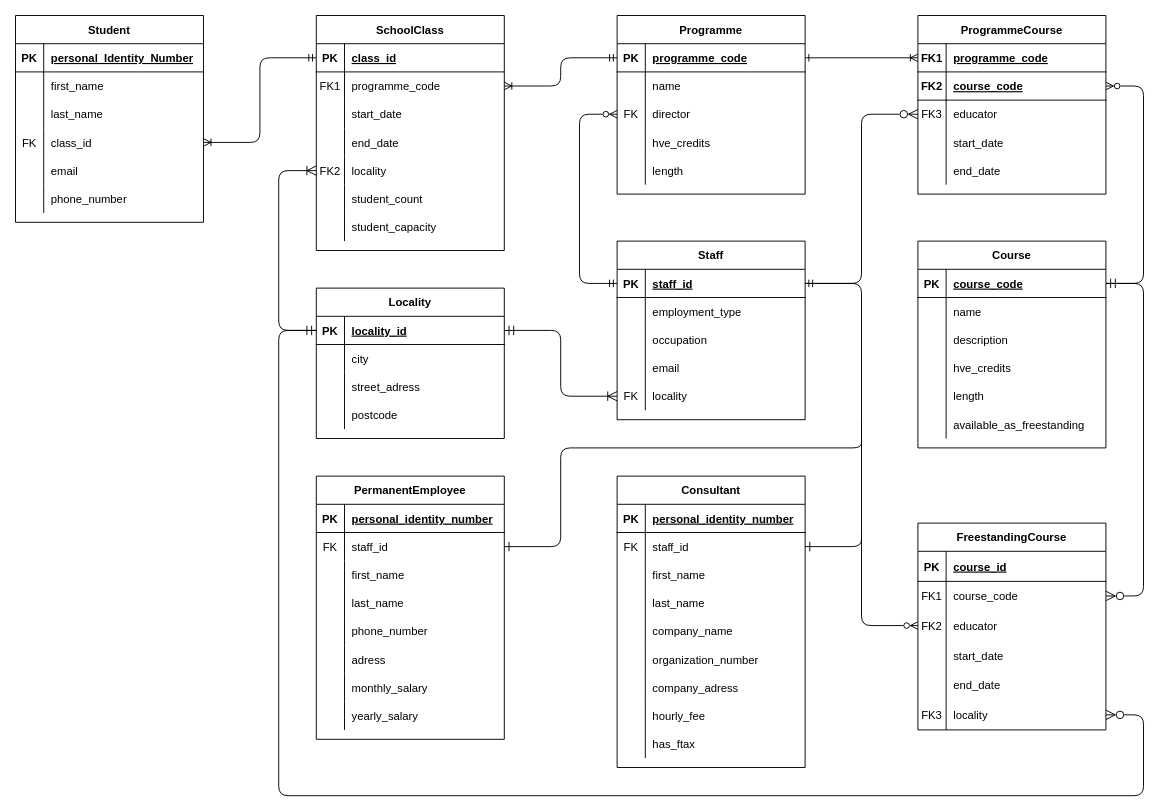
Before: yh_labb/logical_model/logical_model.drawio in dagmarveronika/data-modeling-charlotta-dellborg-de24, a draw.io diagram. Source tidied: cells renumbered, new cells numbered last; positions are measured from the earlier drawing's top-left corner, leaving out a move shared by most shapes. Both pictures are drawn from the tidied source at 94%, with x=0, y=0 at pixel (15, 15).
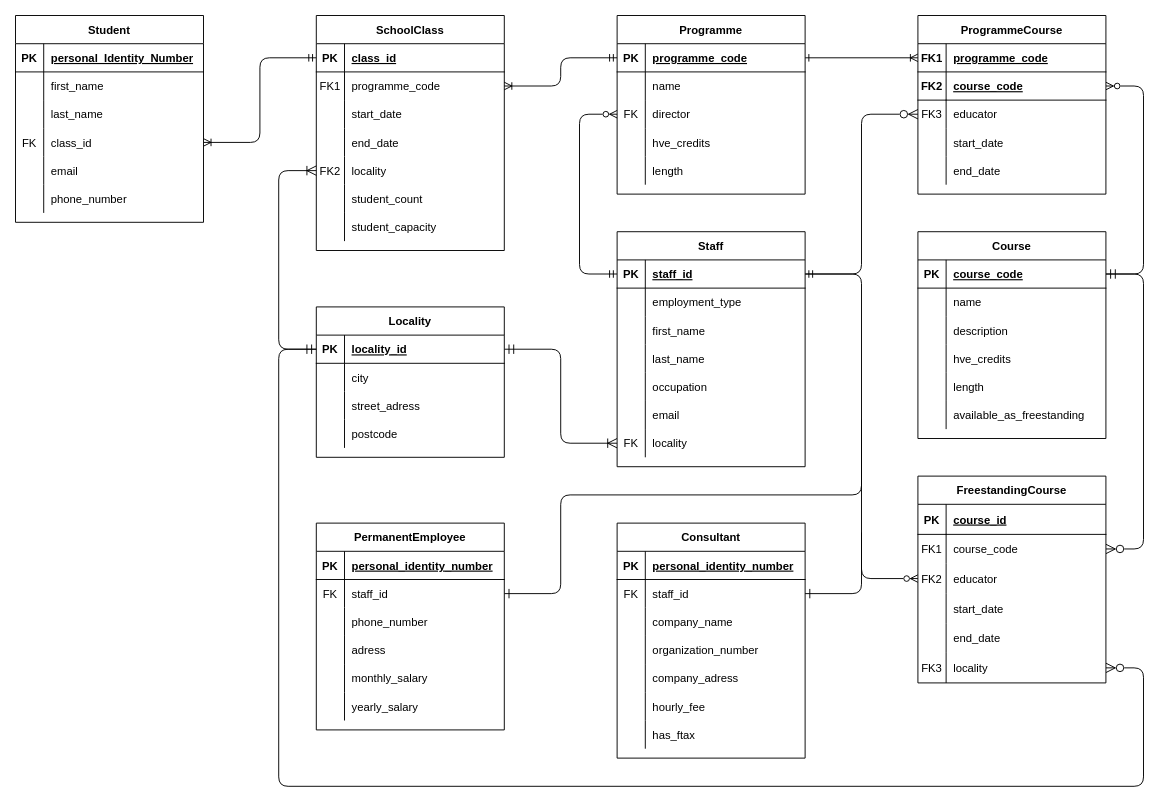
After the change.

Commit message (it also covers changes not shown here):
added first_name and last_name to staff and removed them from consultant and permanent_employee

Unchanged cells that the change refers to:
```xml
<mxCell id="16" style="shape=partialRectangle;fillColor=none;points=[[0,0.5],[1,0.5]];portConstraint=eastwest;top=0;left=0;right=0;bottom=0;" parent="3" vertex="1">
  <mxGeometry y="150" width="200" height="30" as="geometry" />
</mxCell>
<mxCell id="53" style="shape=partialRectangle;fillColor=none;points=[[0,0.5],[1,0.5]];portConstraint=eastwest;top=0;left=0;right=0;bottom=0;" parent="46" vertex="1">
  <mxGeometry y="90" width="200" height="30" as="geometry" />
</mxCell>
<mxCell id="95" style="shape=partialRectangle;fillColor=none;points=[[0,0.5],[1,0.5]];portConstraint=eastwest;top=0;left=0;right=0;bottom=0;strokeWidth=13;" parent="91" vertex="1">
  <mxGeometry y="60" width="200" height="30" as="geometry" />
</mxCell>
<mxCell id="111" style="shape=partialRectangle;fillColor=none;points=[[0,0.5],[1,0.5]];portConstraint=eastwest;top=0;left=0;right=0;bottom=1;" parent="110" vertex="1">
  <mxGeometry y="30" width="200" height="30" as="geometry" />
</mxCell>
<mxCell id="126" style="shape=partialRectangle;fillColor=none;points=[[0,0.5],[1,0.5]];portConstraint=eastwest;top=0;left=0;right=0;bottom=1;" parent="125" vertex="1">
  <mxGeometry y="30" width="200" height="30" as="geometry" />
</mxCell>
<mxCell id="149" style="shape=partialRectangle;fillColor=none;points=[[0,0.5],[1,0.5]];portConstraint=eastwest;top=0;left=0;right=0;bottom=1;" parent="148" vertex="1">
  <mxGeometry y="30" width="200" height="30" as="geometry" />
</mxCell>
<mxCell id="168" style="shape=partialRectangle;fillColor=none;points=[[0,0.5],[1,0.5]];portConstraint=eastwest;top=0;left=0;right=0;bottom=0;" parent="164" vertex="1">
  <mxGeometry y="60" width="200" height="30" as="geometry" />
</mxCell>
<mxCell id="193" style="shape=partialRectangle;fillColor=none;points=[[0,0.5],[1,0.5]];portConstraint=eastwest;top=0;left=0;right=0;bottom=0;strokeColor=inherit;" parent="189" vertex="1">
  <mxGeometry y="62" width="200" height="31" as="geometry" />
</mxCell>
<mxCell id="205" style="shape=partialRectangle;fillColor=none;points=[[0,0.5],[1,0.5]];portConstraint=eastwest;top=0;left=0;right=0;bottom=0;" parent="189" vertex="1">
  <mxGeometry y="188" width="200" height="32" as="geometry" />
</mxCell>
```

The edit, as a diff of the source:
```diff
@@
     <mxCell id="62" value="Consultant" style="shape=table;startSize=30;childLayout=tableLayout;rowLines=0;fontStyle=1;align=center;swimlaneFillColor=default;" parent="1" vertex="1">
-      <mxGeometry x="640" y="490" width="200" height="310" as="geometry" />
+      <mxGeometry x="640" y="540" width="200" height="250" as="geometry" />
     </mxCell>
@@
-    <mxCell id="69" style="shape=partialRectangle;fillColor=none;top=0;left=0;right=0;bottom=0;" parent="62" vertex="1">
-      <mxGeometry y="90" width="200" height="30" as="geometry" />
-    </mxCell>
-    <mxCell id="70" style="shape=partialRectangle;overflow=hidden;fillColor=none;top=0;left=0;bottom=0;right=0;" parent="69" vertex="1">
-      <mxGeometry width="30" height="30" as="geometry" />
-    </mxCell>
-    <mxCell id="71" value="first_name" style="shape=partialRectangle;overflow=hidden;fillColor=none;top=0;left=0;bottom=0;right=0;align=left;spacingLeft=6;" parent="69" vertex="1">
-      <mxGeometry x="30" width="170" height="30" as="geometry" />
-    </mxCell>
-    <mxCell id="72" style="shape=partialRectangle;fillColor=none;top=0;left=0;right=0;bottom=0;" parent="62" vertex="1">
-      <mxGeometry y="120" width="200" height="30" as="geometry" />
-    </mxCell>
-    <mxCell id="73" style="shape=partialRectangle;overflow=hidden;fillColor=none;top=0;left=0;bottom=0;right=0;" parent="72" vertex="1">
-      <mxGeometry width="30" height="30" as="geometry" />
-    </mxCell>
-    <mxCell id="74" value="last_name" style="shape=partialRectangle;overflow=hidden;fillColor=none;top=0;left=0;bottom=0;right=0;align=left;spacingLeft=6;" parent="72" vertex="1">
-      <mxGeometry x="30" width="170" height="30" as="geometry" />
-    </mxCell>
     <mxCell id="75" style="shape=partialRectangle;fillColor=none;top=0;left=0;right=0;bottom=0;" parent="62" vertex="1">
-      <mxGeometry y="150" width="200" height="30" as="geometry" />
+      <mxGeometry y="90" width="200" height="30" as="geometry" />
     </mxCell>
@@
     <mxCell id="78" style="shape=partialRectangle;fillColor=none;top=0;left=0;right=0;bottom=0;" parent="62" vertex="1">
-      <mxGeometry y="180" width="200" height="30" as="geometry" />
+      <mxGeometry y="120" width="200" height="30" as="geometry" />
     </mxCell>
@@
     <mxCell id="81" style="shape=partialRectangle;fillColor=none;top=0;left=0;right=0;bottom=0;" parent="62" vertex="1">
-      <mxGeometry y="210" width="200" height="30" as="geometry" />
+      <mxGeometry y="150" width="200" height="30" as="geometry" />
     </mxCell>
@@
     <mxCell id="84" style="shape=partialRectangle;fillColor=none;top=0;left=0;right=0;bottom=0;" parent="62" vertex="1">
-      <mxGeometry y="240" width="200" height="30" as="geometry" />
+      <mxGeometry y="180" width="200" height="30" as="geometry" />
     </mxCell>
@@
     <mxCell id="87" style="shape=partialRectangle;fillColor=none;top=0;left=0;right=0;bottom=0;" parent="62" vertex="1">
-      <mxGeometry y="270" width="200" height="30" as="geometry" />
+      <mxGeometry y="210" width="200" height="30" as="geometry" />
     </mxCell>
@@
     <mxCell id="90" style="edgeStyle=orthogonalEdgeStyle;rounded=1;jettySize=auto;html=1;entryX=1;entryY=0.5;entryDx=0;entryDy=0;startArrow=ERzeroToMany;startFill=0;endArrow=none;endFill=0;exitX=1;exitY=0.5;exitDx=0;exitDy=0;curved=0;" parent="1" edge="1" source="95" target="126">
       <mxGeometry relative="1" as="geometry">
         <Array as="points">
           <mxPoint x="1200" y="75" />
-          <mxPoint x="1200" y="285" />
+          <mxPoint x="1200" y="275" />
         </Array>
       </mxGeometry>
     </mxCell>
@@
     <mxCell id="107" style="rounded=1;jettySize=auto;html=1;entryX=0;entryY=0.5;entryDx=0;entryDy=0;endArrow=ERzeroToMany;endFill=0;startArrow=ERmandOne;startFill=0;exitX=0;exitY=0.5;exitDx=0;exitDy=0;edgeStyle=orthogonalEdgeStyle;" parent="1" edge="1" source="149" target="53">
       <mxGeometry relative="1" as="geometry">
         <Array as="points">
-          <mxPoint x="600" y="285" />
+          <mxPoint x="600" y="275" />
           <mxPoint x="600" y="105" />
         </Array>
       </mxGeometry>
     </mxCell>
@@
     <mxCell id="109" style="rounded=1;jettySize=auto;html=1;entryX=1;entryY=0.5;entryDx=0;entryDy=0;fontSize=12;startSize=8;endSize=8;exitX=0;exitY=0.5;exitDx=0;exitDy=0;endArrow=ERzeroToMany;endFill=0;edgeStyle=orthogonalEdgeStyle;" parent="1" edge="1" source="111" target="205">
       <mxGeometry relative="1" as="geometry">
         <Array as="points">
-          <mxPoint x="280" y="335" />
-          <mxPoint x="280" y="830" />
-          <mxPoint x="1200" y="830" />
-          <mxPoint x="1200" y="744" />
+          <mxPoint x="280" y="355" />
+          <mxPoint x="280" y="820" />
+          <mxPoint x="1200" y="820" />
+          <mxPoint x="1200" y="694" />
         </Array>
       </mxGeometry>
     </mxCell>
     <mxCell id="110" value="Locality" style="shape=table;startSize=30;childLayout=tableLayout;rowLines=0;fontStyle=1;align=center;swimlaneFillColor=default;" parent="1" vertex="1">
-      <mxGeometry x="320" y="290" width="200" height="160" as="geometry" />
+      <mxGeometry x="320" y="310" width="200" height="160" as="geometry" />
     </mxCell>
@@
     <mxCell id="124" style="edgeStyle=orthogonalEdgeStyle;rounded=1;jettySize=auto;html=1;entryX=1;entryY=0.5;entryDx=0;entryDy=0;fontSize=12;startSize=8;endSize=8;exitX=1;exitY=0.5;exitDx=0;exitDy=0;curved=0;startArrow=ERmandOne;startFill=0;endArrow=ERzeroToMany;endFill=0;" parent="1" edge="1" source="126" target="193">
       <mxGeometry relative="1" as="geometry">
         <Array as="points">
-          <mxPoint x="1200" y="285" />
-          <mxPoint x="1200" y="618" />
+          <mxPoint x="1200" y="275" />
+          <mxPoint x="1200" y="568" />
         </Array>
       </mxGeometry>
     </mxCell>
     <mxCell id="125" value="Course" style="shape=table;startSize=30;childLayout=tableLayout;rowLines=0;fontStyle=1;align=center;swimlaneFillColor=default;" parent="1" vertex="1">
-      <mxGeometry x="960" y="240" width="200" height="220" as="geometry" />
+      <mxGeometry x="960" y="230" width="200" height="220" as="geometry" />
     </mxCell>
@@
     <mxCell id="145" style="edgeStyle=orthogonalEdgeStyle;rounded=1;jettySize=auto;html=1;entryX=1;entryY=0.5;entryDx=0;entryDy=0;fontSize=12;startSize=8;endSize=8;elbow=vertical;startArrow=none;startFill=0;endArrow=ERone;endFill=0;" parent="1" edge="1" target="168">
       <mxGeometry relative="1" as="geometry">
         <mxPoint x="900" y="430" as="sourcePoint" />
         <Array as="points">
-          <mxPoint x="900" y="440" />
-          <mxPoint x="900" y="460" />
-          <mxPoint x="580" y="460" />
-          <mxPoint x="580" y="565" />
+          <mxPoint x="900" y="510" />
+          <mxPoint x="580" y="510" />
+          <mxPoint x="580" y="615" />
         </Array>
       </mxGeometry>
     </mxCell>
@@
     <mxCell id="148" value="Staff" style="shape=table;startSize=30;childLayout=tableLayout;rowLines=0;fontStyle=1;align=center;swimlaneFillColor=default;" parent="1" vertex="1">
-      <mxGeometry x="640" y="240" width="200" height="190" as="geometry" />
+      <mxGeometry x="640" y="230" width="200" height="250" as="geometry" />
     </mxCell>
@@
+    <mxCell id="209" style="shape=partialRectangle;fillColor=none;top=0;left=0;right=0;bottom=0;" parent="148" vertex="1">
+      <mxGeometry y="90" width="200" height="30" as="geometry" />
+    </mxCell>
+    <mxCell id="210" style="shape=partialRectangle;overflow=hidden;fillColor=none;top=0;left=0;bottom=0;right=0;" parent="209" vertex="1">
+      <mxGeometry width="30" height="30" as="geometry" />
+    </mxCell>
+    <mxCell id="211" value="first_name" style="shape=partialRectangle;overflow=hidden;fillColor=none;top=0;left=0;bottom=0;right=0;align=left;spacingLeft=6;" parent="209" vertex="1">
+      <mxGeometry x="30" width="170" height="30" as="geometry" />
+    </mxCell>
+    <mxCell id="212" style="shape=partialRectangle;fillColor=none;top=0;left=0;right=0;bottom=0;" parent="148" vertex="1">
+      <mxGeometry y="120" width="200" height="30" as="geometry" />
+    </mxCell>
+    <mxCell id="213" style="shape=partialRectangle;overflow=hidden;fillColor=none;top=0;left=0;bottom=0;right=0;" parent="212" vertex="1">
+      <mxGeometry width="30" height="30" as="geometry" />
+    </mxCell>
+    <mxCell id="214" value="last_name" style="shape=partialRectangle;overflow=hidden;fillColor=none;top=0;left=0;bottom=0;right=0;align=left;spacingLeft=6;" parent="212" vertex="1">
+      <mxGeometry x="30" width="170" height="30" as="geometry" />
+    </mxCell>
     <mxCell id="155" style="shape=partialRectangle;fillColor=none;top=0;left=0;right=0;bottom=0;" parent="148" vertex="1">
-      <mxGeometry y="90" width="200" height="30" as="geometry" />
+      <mxGeometry y="150" width="200" height="30" as="geometry" />
     </mxCell>
@@
     <mxCell id="158" style="shape=partialRectangle;fillColor=none;top=0;left=0;right=0;bottom=0;" parent="148" vertex="1">
-      <mxGeometry y="120" width="200" height="30" as="geometry" />
+      <mxGeometry y="180" width="200" height="30" as="geometry" />
     </mxCell>
@@
     <mxCell id="161" style="shape=partialRectangle;fillColor=none;points=[[0,0.5],[1,0.5]];portConstraint=eastwest;top=0;left=0;right=0;bottom=0;" parent="148" vertex="1">
-      <mxGeometry y="150" width="200" height="30" as="geometry" />
+      <mxGeometry y="210" width="200" height="30" as="geometry" />
     </mxCell>
@@
     <mxCell id="164" value="PermanentEmployee" style="shape=table;startSize=30;childLayout=tableLayout;rowLines=0;fontStyle=1;align=center;swimlaneFillColor=default;" parent="1" vertex="1">
-      <mxGeometry x="320" y="490" width="200" height="280" as="geometry" />
+      <mxGeometry x="320" y="540" width="200" height="220" as="geometry" />
     </mxCell>
@@
-    <mxCell id="171" style="shape=partialRectangle;fillColor=none;top=0;left=0;right=0;bottom=0;" parent="164" vertex="1">
-      <mxGeometry y="90" width="200" height="30" as="geometry" />
-    </mxCell>
-    <mxCell id="172" style="shape=partialRectangle;overflow=hidden;fillColor=none;top=0;left=0;bottom=0;right=0;" parent="171" vertex="1">
-      <mxGeometry width="30" height="30" as="geometry" />
-    </mxCell>
-    <mxCell id="173" value="first_name" style="shape=partialRectangle;overflow=hidden;fillColor=none;top=0;left=0;bottom=0;right=0;align=left;spacingLeft=6;" parent="171" vertex="1">
-      <mxGeometry x="30" width="170" height="30" as="geometry" />
-    </mxCell>
-    <mxCell id="174" style="shape=partialRectangle;fillColor=none;top=0;left=0;right=0;bottom=0;" parent="164" vertex="1">
-      <mxGeometry y="120" width="200" height="30" as="geometry" />
-    </mxCell>
-    <mxCell id="175" style="shape=partialRectangle;overflow=hidden;fillColor=none;top=0;left=0;bottom=0;right=0;" parent="174" vertex="1">
-      <mxGeometry width="30" height="30" as="geometry" />
-    </mxCell>
-    <mxCell id="176" value="last_name" style="shape=partialRectangle;overflow=hidden;fillColor=none;top=0;left=0;bottom=0;right=0;align=left;spacingLeft=6;" parent="174" vertex="1">
-      <mxGeometry x="30" width="170" height="30" as="geometry" />
-    </mxCell>
     <mxCell id="177" style="shape=partialRectangle;fillColor=none;top=0;left=0;right=0;bottom=0;" parent="164" vertex="1">
-      <mxGeometry y="150" width="200" height="30" as="geometry" />
+      <mxGeometry y="90" width="200" height="30" as="geometry" />
     </mxCell>
@@
     <mxCell id="180" style="shape=partialRectangle;fillColor=none;top=0;left=0;right=0;bottom=0;" parent="164" vertex="1">
-      <mxGeometry y="180" width="200" height="30" as="geometry" />
+      <mxGeometry y="120" width="200" height="30" as="geometry" />
     </mxCell>
@@
     <mxCell id="183" style="shape=partialRectangle;fillColor=none;top=0;left=0;right=0;bottom=0;" parent="164" vertex="1">
-      <mxGeometry y="210" width="200" height="30" as="geometry" />
+      <mxGeometry y="150" width="200" height="30" as="geometry" />
     </mxCell>
@@
     <mxCell id="186" style="shape=partialRectangle;fillColor=none;top=0;left=0;right=0;bottom=0;" parent="164" vertex="1">
-      <mxGeometry y="240" width="200" height="30" as="geometry" />
+      <mxGeometry y="180" width="200" height="30" as="geometry" />
     </mxCell>
@@
     <mxCell id="189" value="FreestandingCourse" style="shape=table;startSize=30;childLayout=tableLayout;rowLines=0;fontStyle=1;align=center;strokeColor=default;fillColor=default;columnLines=1;swimlaneFillColor=default;" parent="1" vertex="1">
-      <mxGeometry x="960" y="540" width="200" height="220" as="geometry" />
+      <mxGeometry x="960" y="490" width="200" height="220" as="geometry" />
     </mxCell>
@@
     <mxCell id="208" style="edgeStyle=orthogonalEdgeStyle;rounded=1;jettySize=auto;html=1;entryX=0;entryY=0.5;entryDx=0;entryDy=0;fontSize=12;startSize=8;endSize=8;exitX=0;exitY=0.5;exitDx=0;exitDy=0;endArrow=ERmandOne;endFill=0;startArrow=ERoneToMany;startFill=0;curved=0;" parent="1" edge="1" source="16" target="111">
       <mxGeometry relative="1" as="geometry">
         <Array as="points">
           <mxPoint x="280" y="165" />
-          <mxPoint x="280" y="335" />
+          <mxPoint x="280" y="355" />
         </Array>
       </mxGeometry>
     </mxCell>
```
